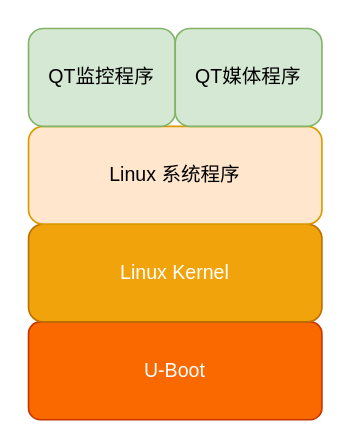
c2h2learnstocode/drawio keeps this draw.io diagram as sys hierarchy.drawio. Above is the earlier version. Source tidied: cells renumbered, new cells numbered last; positions are measured from the earlier drawing's top-left corner, leaving out a move shared by most shapes. Both pictures are drawn from the tidied source at 163%, with x=0, y=0 at pixel (28, 28).
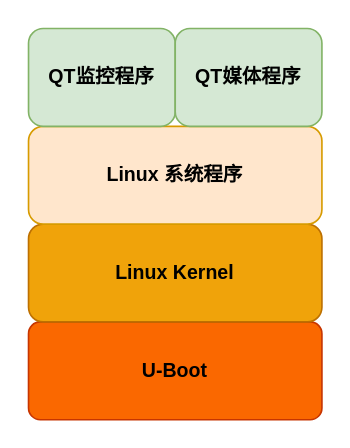
After the change.

The edit, as a diff of the source:
```diff
@@
 <mxGraphModel>
   <root>
     <mxCell id="0" />
     <mxCell id="1" parent="0" />
-    <mxCell id="2" value="U-Boot" style="rounded=1;whiteSpace=wrap;html=1;fillColor=#fa6800;strokeColor=#C73500;arcSize=12;fontColor=#ffffff;" parent="1" vertex="1">
+    <mxCell id="2" value="U-Boot" style="rounded=1;whiteSpace=wrap;html=1;fillColor=#fa6800;strokeColor=#C73500;arcSize=12;fontStyle=1;" parent="1" vertex="1">
       <mxGeometry y="180" width="180" height="60" as="geometry" />
     </mxCell>
-    <mxCell id="3" value="Linux Kernel" style="whiteSpace=wrap;html=1;rounded=1;strokeColor=#BD7000;fillColor=#f0a30a;fontColor=#ffffff;" parent="1" vertex="1">
+    <mxCell id="3" value="&lt;font&gt;Linux Kernel&lt;/font&gt;" style="whiteSpace=wrap;html=1;rounded=1;strokeColor=#BD7000;fillColor=#f0a30a;fontStyle=1;" parent="1" vertex="1">
       <mxGeometry y="120" width="180" height="60" as="geometry" />
     </mxCell>
-    <mxCell id="4" value="Linux 系统程序" style="whiteSpace=wrap;html=1;rounded=1;strokeColor=#d79b00;fillColor=#ffe6cc;" parent="1" vertex="1">
+    <mxCell id="4" value="Linux 系统程序" style="whiteSpace=wrap;html=1;rounded=1;strokeColor=#d79b00;fillColor=#ffe6cc;fontStyle=1;" parent="1" vertex="1">
       <mxGeometry y="60" width="180" height="60" as="geometry" />
     </mxCell>
-    <mxCell id="5" value="QT监控程序" style="whiteSpace=wrap;html=1;rounded=1;strokeColor=#82b366;fillColor=#d5e8d4;" parent="1" vertex="1">
+    <mxCell id="5" value="QT监控程序" style="whiteSpace=wrap;html=1;rounded=1;strokeColor=#82b366;fillColor=#d5e8d4;fontStyle=1;" parent="1" vertex="1">
       <mxGeometry width="90" height="60" as="geometry" />
     </mxCell>
-    <mxCell id="6" value="QT媒体程序" style="whiteSpace=wrap;html=1;rounded=1;strokeColor=#82b366;fillColor=#d5e8d4;" parent="1" vertex="1">
+    <mxCell id="6" value="QT媒体程序" style="whiteSpace=wrap;html=1;rounded=1;strokeColor=#82b366;fillColor=#d5e8d4;fontStyle=1;" parent="1" vertex="1">
       <mxGeometry x="90" width="90" height="60" as="geometry" />
     </mxCell>
   </root>
 </mxGraphModel>
```
